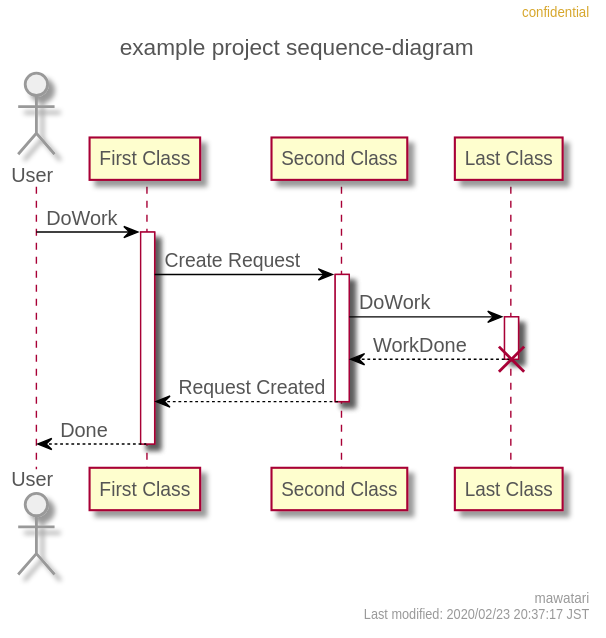
mawatari/example-project-uml keeps this PlantUML diagram as sequence-diagram.svg. Above is the earlier version.
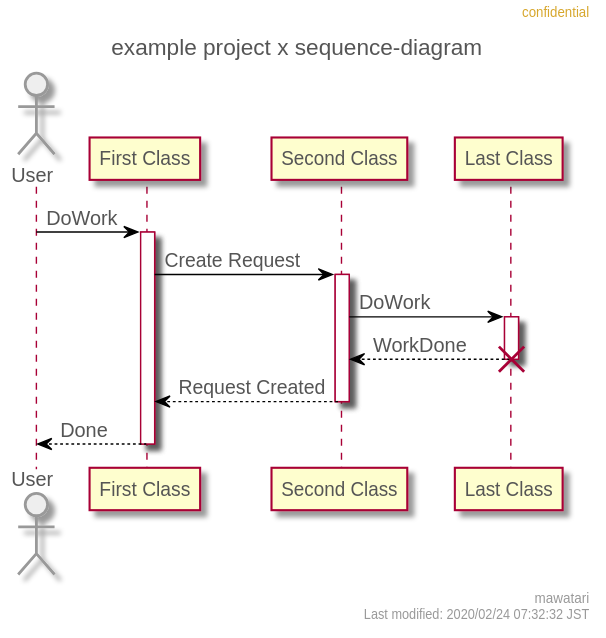
After the change.

What changed in the source:
```diff
@@ -43,8 +43,8 @@
   DiamondBorderColor #999999
 }
 right header confidential
-right footer mawatari\nLast modified: 2020/02/23 20:37:17 JST
-title example project sequence-diagram
+right footer mawatari\nLast modified: 2020/02/24 07:32:32 JST
+title example project x sequence-diagram
 
 actor User
 participant "First Class" as A
```
